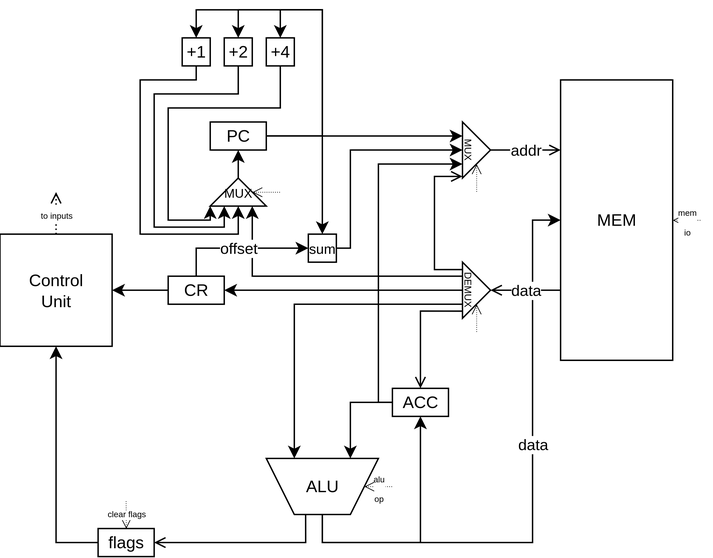
Before: schema.svg, a diagram exported from draw.io (Leonid075/csa_lab3). Source tidied: cells renumbered, new cells last; positions are measured from the earlier drawing's top-left corner, leaving out a move shared by most shapes.
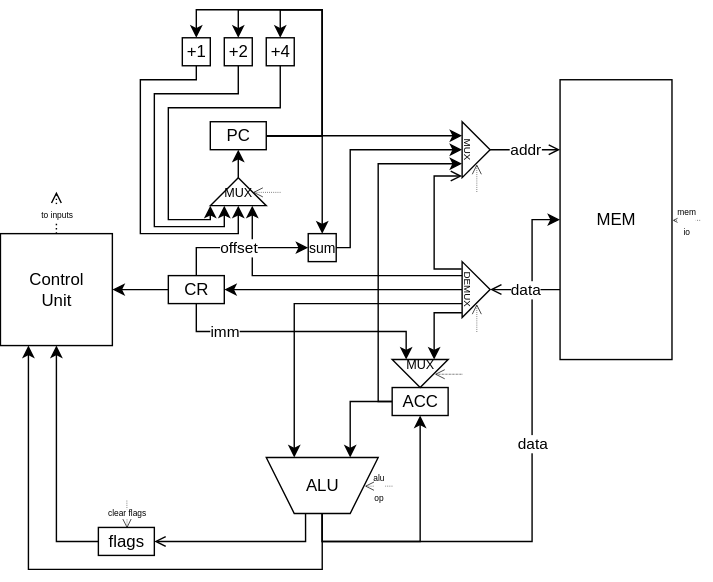
Later version of the same file.

What changed in the source:
```diff
@@ -19,6 +19,14 @@
     <mxCell id="4" style="edgeStyle=orthogonalEdgeStyle;rounded=0;jettySize=auto;html=1;exitX=0.5;exitY=0;exitDx=0;exitDy=0;entryX=0.5;entryY=1;entryDx=0;entryDy=0;" parent="1" edge="1" source="5" target="8">
       <mxGeometry relative="1" as="geometry" />
     </mxCell>
+    <mxCell id="48" style="edgeStyle=orthogonalEdgeStyle;rounded=0;jettySize=auto;html=1;exitX=0.5;exitY=0;exitDx=0;exitDy=0;entryX=0.25;entryY=1;entryDx=0;entryDy=0;" parent="1" edge="1" source="5" target="43">
+      <mxGeometry relative="1" as="geometry">
+        <Array as="points">
+          <mxPoint x="230" y="400" />
+          <mxPoint x="20" y="400" />
+        </Array>
+      </mxGeometry>
+    </mxCell>
     <mxCell id="5" value="ALU" style="shape=trapezoid;perimeter=trapezoidPerimeter;whiteSpace=wrap;html=1;fixedSize=1;direction=west;" parent="1" vertex="1">
       <mxGeometry x="190" y="320" width="80" height="40" as="geometry" />
     </mxCell>
@@ -150,6 +158,9 @@
     <mxCell id="32" value="offset" style="edgeStyle=orthogonalEdgeStyle;rounded=0;jettySize=auto;html=1;exitX=0.5;exitY=0;exitDx=0;exitDy=0;entryX=0;entryY=0.5;entryDx=0;entryDy=0;" parent="1" edge="1" source="33" target="38">
       <mxGeometry relative="1" as="geometry" />
     </mxCell>
+    <mxCell id="49" value="imm" style="edgeStyle=orthogonalEdgeStyle;rounded=0;jettySize=auto;html=1;exitX=0.5;exitY=1;exitDx=0;exitDy=0;entryX=0;entryY=0.75;entryDx=0;entryDy=0;" parent="1" edge="1" source="33" target="51">
+      <mxGeometry x="-0.58" relative="1" as="geometry" />
+    </mxCell>
     <mxCell id="33" value="CR" style="rounded=0;whiteSpace=wrap;html=1;" parent="1" vertex="1">
       <mxGeometry x="120" y="190" width="40" height="20" as="geometry" />
     </mxCell>
@@ -201,9 +212,6 @@
     <mxCell id="44" style="edgeStyle=orthogonalEdgeStyle;rounded=0;jettySize=auto;html=1;exitX=1;exitY=0.5;exitDx=0;exitDy=0;entryX=0.649;entryY=0.002;entryDx=0;entryDy=0;entryPerimeter=0;startArrow=open;startFill=0;endArrow=none;endFill=0;" parent="1" edge="1" source="41" target="5">
       <mxGeometry relative="1" as="geometry" />
     </mxCell>
-    <mxCell id="45" style="edgeStyle=orthogonalEdgeStyle;rounded=0;jettySize=auto;html=1;exitX=0.5;exitY=0;exitDx=0;exitDy=0;entryX=-0.015;entryY=0.873;entryDx=0;entryDy=0;entryPerimeter=0;endArrow=none;endFill=0;startArrow=open;startFill=0;" parent="1" edge="1" source="8" target="27">
-      <mxGeometry relative="1" as="geometry" />
-    </mxCell>
     <mxCell id="46" style="edgeStyle=orthogonalEdgeStyle;rounded=0;jettySize=auto;html=1;exitX=-0.019;exitY=0.132;exitDx=0;exitDy=0;entryX=-0.002;entryY=0.971;entryDx=0;entryDy=0;entryPerimeter=0;exitPerimeter=0;endArrow=open;endFill=0;" parent="1" edge="1" source="27" target="36">
       <mxGeometry relative="1" as="geometry">
         <Array as="points">
@@ -224,5 +232,20 @@
         </Array>
       </mxGeometry>
     </mxCell>
+    <mxCell id="50" style="edgeStyle=orthogonalEdgeStyle;rounded=0;jettySize=auto;html=1;exitX=0.5;exitY=0;exitDx=0;exitDy=0;endArrow=none;endFill=0;startArrow=open;startFill=0;dashed=1;dashPattern=1 1;strokeWidth=0.5;" parent="1" edge="1" source="51">
+      <mxGeometry relative="1" as="geometry">
+        <mxPoint x="330" y="260.3" as="targetPoint" />
+      </mxGeometry>
+    </mxCell>
+    <mxCell id="51" value="&lt;div&gt;&lt;font style=&quot;font-size: 9px;&quot;&gt;MUX&lt;/font&gt;&lt;/div&gt;&lt;div&gt;&lt;font style=&quot;font-size: 9px;&quot;&gt;&lt;br&gt;&lt;/font&gt;&lt;/div&gt;" style="triangle;whiteSpace=wrap;html=1;direction=south;textDirection=ltr;" parent="1" vertex="1">
+      <mxGeometry x="280" y="250" width="40" height="20" as="geometry" />
+    </mxCell>
+    <mxCell id="52" style="edgeStyle=orthogonalEdgeStyle;rounded=0;jettySize=auto;html=1;exitX=0;exitY=0.25;exitDx=0;exitDy=0;entryX=-0.008;entryY=0.914;entryDx=0;entryDy=0;entryPerimeter=0;startArrow=classic;startFill=1;endArrow=none;endFill=0;" parent="1" edge="1" source="51" target="27">
+      <mxGeometry relative="1" as="geometry">
+        <Array as="points">
+          <mxPoint x="310" y="217" />
+        </Array>
+      </mxGeometry>
+    </mxCell>
   </root>
 </mxGraphModel>
```
